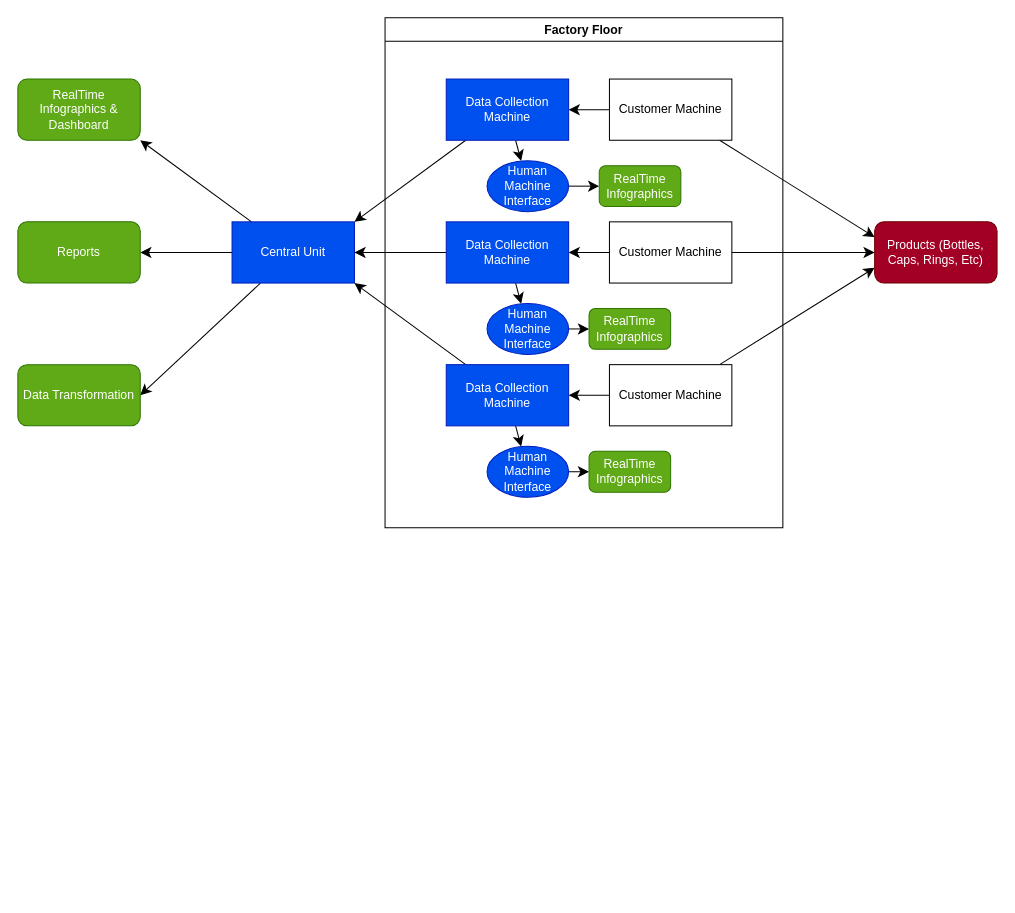
RedAprentice/various-charts keeps this draw.io diagram as GeneralSysconSystemDesign.drawio. Above is the earlier version. Source tidied: cells renumbered, new cells numbered last; positions are measured from the earlier drawing's top-left corner, leaving out a move shared by most shapes. Both pictures are drawn from the tidied source at 102%, with x=0, y=0 at pixel (17, 17).
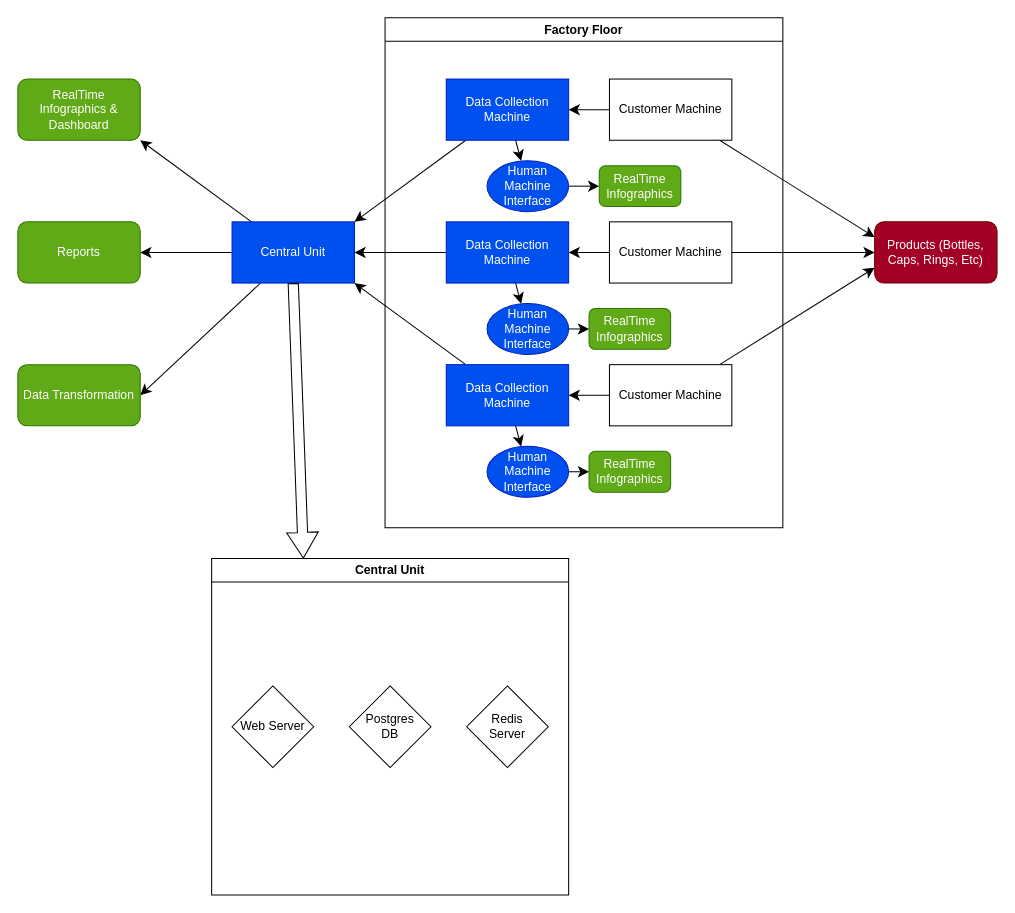
Above is the later version.

Unchanged cells that the change refers to:
```xml
<mxCell id="11" value="Central Unit" style="rounded=0;whiteSpace=wrap;html=1;color=blue;fillColor=#0050ef;fontColor=#ffffff;strokeColor=#001DBC;" parent="1" vertex="1">
  <mxGeometry x="210" y="200" width="120" height="60" as="geometry" />
</mxCell>
```

Change to the diagram source:
```diff
@@
+    <mxCell id="38" style="shape=flexArrow;endArrow=classic;html=1;rounded=0;fontSize=12;startSize=8;endSize=8;curved=1;exitX=0.5;exitY=1;exitDx=0;exitDy=0;" parent="1" edge="1" source="11">
+      <mxGeometry relative="1" as="geometry">
+        <mxPoint x="280" y="530" as="targetPoint" />
+      </mxGeometry>
+    </mxCell>
+    <mxCell id="39" value="Central Unit" style="swimlane;whiteSpace=wrap;html=1;" parent="1" vertex="1">
+      <mxGeometry x="190" y="530" width="350" height="330" as="geometry" />
+    </mxCell>
+    <mxCell id="40" value="Web Server" style="rhombus;whiteSpace=wrap;html=1;" parent="39" vertex="1">
+      <mxGeometry x="20" y="125" width="80" height="80" as="geometry" />
+    </mxCell>
+    <mxCell id="41" value="&lt;div&gt;Postgres&lt;/div&gt;&lt;div&gt;DB&lt;/div&gt;" style="rhombus;whiteSpace=wrap;html=1;" parent="39" vertex="1">
+      <mxGeometry x="135" y="125" width="80" height="80" as="geometry" />
+    </mxCell>
+    <mxCell id="42" value="Redis&lt;br&gt;Server" style="rhombus;whiteSpace=wrap;html=1;" parent="39" vertex="1">
+      <mxGeometry x="250" y="125" width="80" height="80" as="geometry" />
+    </mxCell>
```
